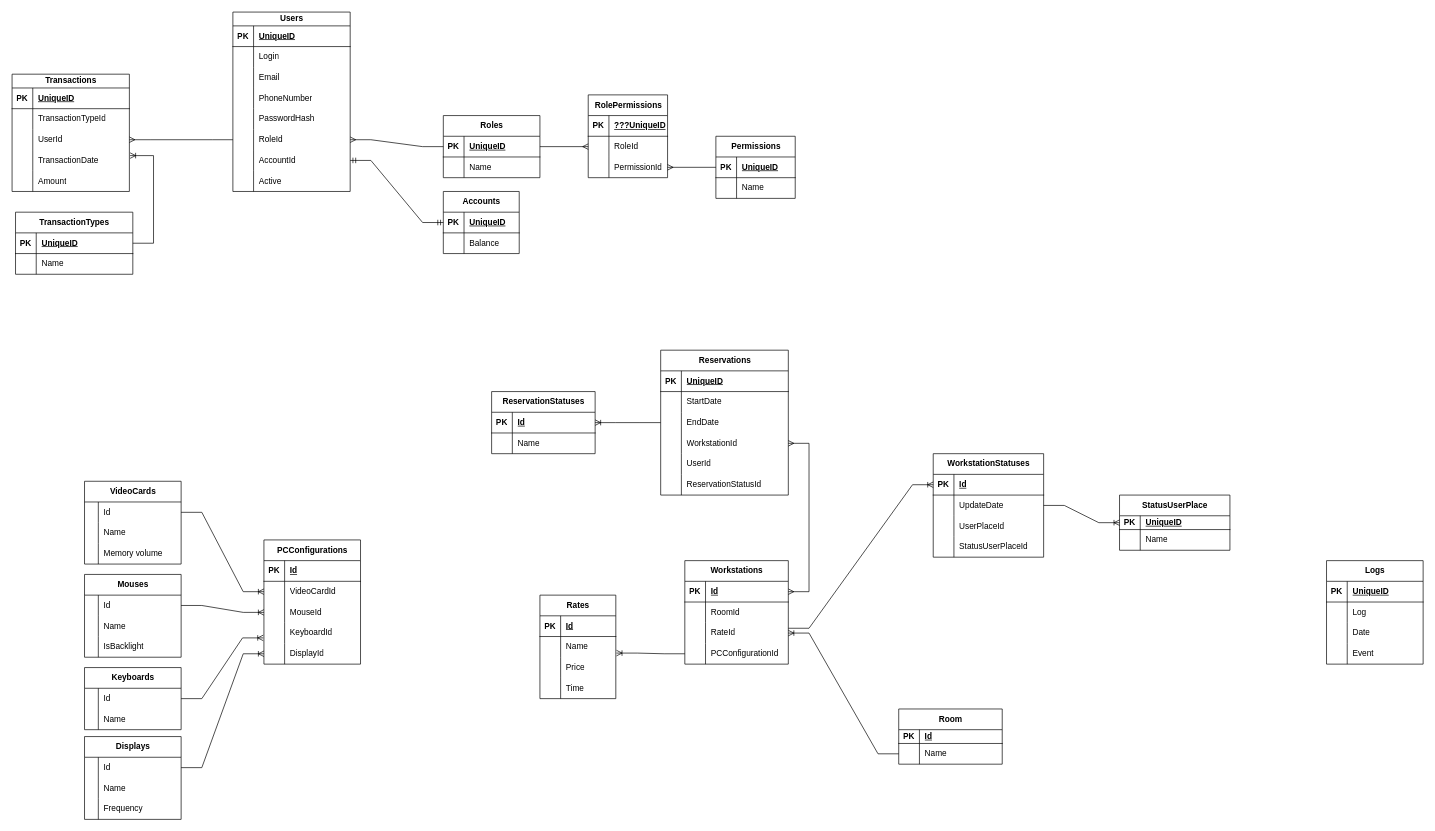
IIeasyII/night-meerkats keeps this draw.io diagram as ER night-meerkats.drawio. Above is the earlier version. Source tidied: cells renumbered, new cells numbered last; positions are measured from the earlier drawing's top-left corner, leaving out a move shared by most shapes. Both pictures are drawn from the tidied source at 69%, with x=0, y=0 at pixel (12, 12).
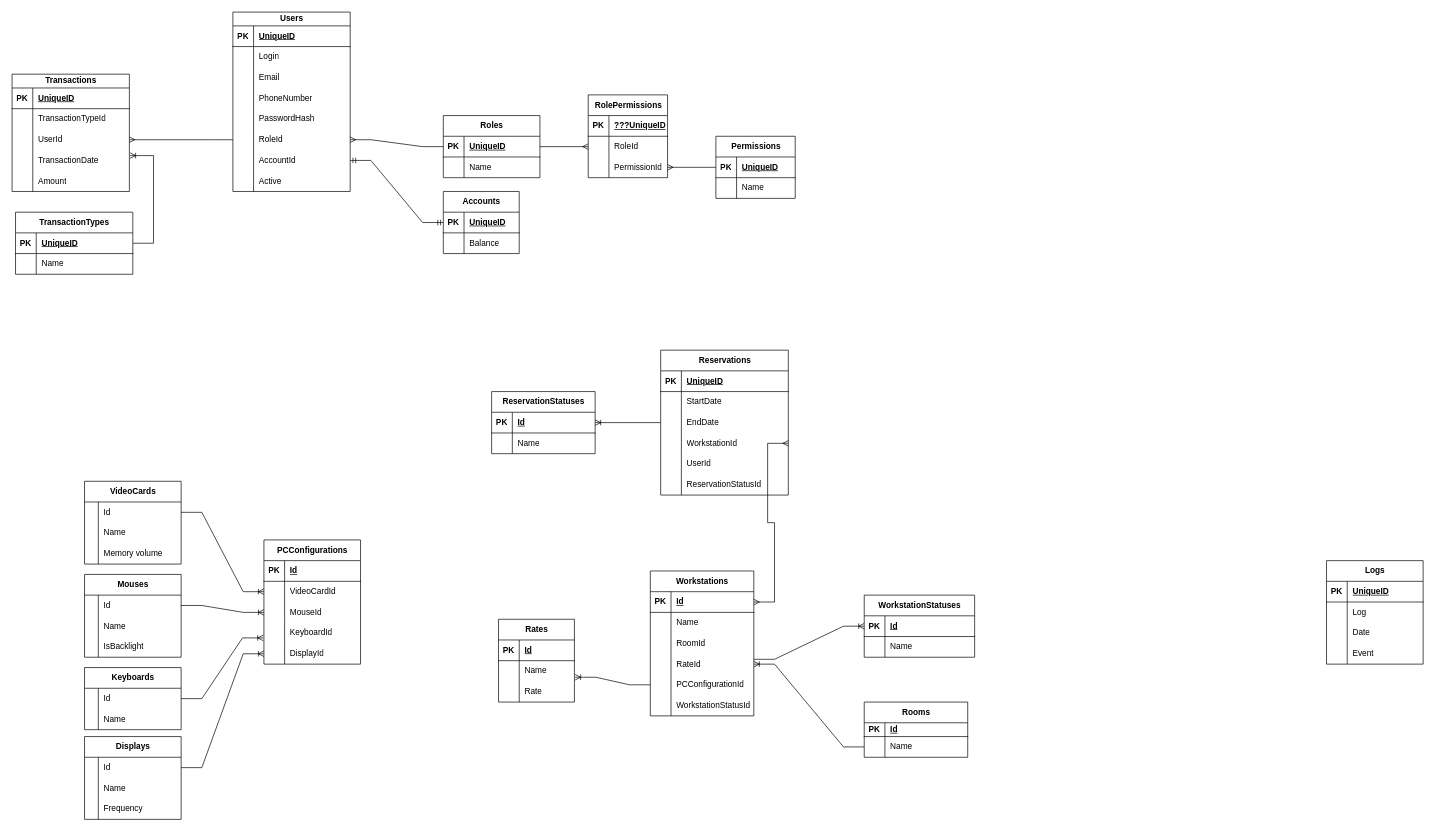
After the change.

Unchanged cells that the change refers to:
```xml
<mxCell id="71" style="shape=tableRow;horizontal=0;startSize=0;swimlaneHead=0;swimlaneBody=0;fillColor=none;top=0;left=0;right=0;bottom=0;" parent="64" vertex="1">
  <mxGeometry y="90" width="110" height="30" as="geometry" />
</mxCell>
<mxCell id="85" style="shape=tableRow;horizontal=0;startSize=0;swimlaneHead=0;swimlaneBody=0;fillColor=none;points=[[0,0.5],[1,0.5]];portConstraint=eastwest;top=0;left=0;right=0;bottom=1;" parent="84" vertex="1">
  <mxGeometry y="30" width="150" height="30" as="geometry" />
</mxCell>
<mxCell id="88" style="shape=tableRow;horizontal=0;startSize=0;swimlaneHead=0;swimlaneBody=0;fillColor=none;top=0;left=0;right=0;bottom=0;" parent="84" vertex="1">
  <mxGeometry y="60" width="150" height="30" as="geometry" />
</mxCell>
<mxCell id="101" style="shape=tableRow;horizontal=0;startSize=0;swimlaneHead=0;swimlaneBody=0;fillColor=none;top=0;left=0;right=0;bottom=0;" parent="97" vertex="1">
  <mxGeometry y="60" width="160" height="30" as="geometry" />
</mxCell>
<mxCell id="140" style="shape=tableRow;horizontal=0;startSize=0;swimlaneHead=0;swimlaneBody=0;fillColor=none;points=[[0,0.5],[1,0.5]];portConstraint=eastwest;top=0;left=0;right=0;bottom=0;" parent="130" vertex="1">
  <mxGeometry y="120" width="185" height="30" as="geometry" />
</mxCell>
```

What changed in the source:
```diff
@@
     <mxCell id="64" value="Rates" style="shape=table;startSize=30;childLayout=tableLayout;rowLines=0;fontStyle=1;align=center;html=1;" parent="1" vertex="1">
-      <mxGeometry x="765" y="845" width="110" height="150" as="geometry" />
+      <mxGeometry x="705" y="880" width="110" height="120" as="geometry" />
     </mxCell>
@@
-    <mxCell id="73" value="Price" style="shape=partialRectangle;fillColor=none;top=0;left=0;bottom=0;right=0;align=left;spacingLeft=6;overflow=hidden;whiteSpace=wrap;html=1;" parent="71" vertex="1">
+    <mxCell id="73" value="Rate" style="shape=partialRectangle;fillColor=none;top=0;left=0;bottom=0;right=0;align=left;spacingLeft=6;overflow=hidden;whiteSpace=wrap;html=1;" parent="71" vertex="1">
       <mxGeometry x="30" width="80" height="30" as="geometry" />
     </mxCell>
-    <mxCell id="74" style="shape=tableRow;horizontal=0;startSize=0;swimlaneHead=0;swimlaneBody=0;fillColor=none;top=0;left=0;right=0;bottom=0;" parent="64" vertex="1">
-      <mxGeometry y="120" width="110" height="30" as="geometry" />
-    </mxCell>
-    <mxCell id="75" style="shape=partialRectangle;fillColor=none;top=0;left=0;bottom=0;right=0;overflow=hidden;whiteSpace=wrap;html=1;" parent="74" vertex="1">
-      <mxGeometry width="30" height="30" as="geometry" />
-    </mxCell>
-    <mxCell id="76" value="Time" style="shape=partialRectangle;fillColor=none;top=0;left=0;bottom=0;right=0;align=left;spacingLeft=6;overflow=hidden;whiteSpace=wrap;html=1;" parent="74" vertex="1">
-      <mxGeometry x="30" width="80" height="30" as="geometry" />
-    </mxCell>
-    <mxCell id="77" value="Room" style="shape=table;startSize=30;childLayout=tableLayout;rowLines=0;fontStyle=1;align=center;html=1;" parent="1" vertex="1">
-      <mxGeometry x="1285" y="1010" width="150" height="80" as="geometry" />
+    <mxCell id="77" value="Rooms" style="shape=table;startSize=30;childLayout=tableLayout;rowLines=0;fontStyle=1;align=center;html=1;" parent="1" vertex="1">
+      <mxGeometry x="1235" y="1000" width="150" height="80" as="geometry" />
     </mxCell>
@@
     <mxCell id="84" value="Workstations" style="shape=table;startSize=30;childLayout=tableLayout;rowLines=0;fontStyle=1;align=center;html=1;" parent="1" vertex="1">
-      <mxGeometry x="975" y="795" width="150" height="150" as="geometry" />
+      <mxGeometry x="925" y="810" width="150" height="210" as="geometry" />
     </mxCell>
@@
-    <mxCell id="90" value="RoomId" style="shape=partialRectangle;fillColor=none;top=0;left=0;bottom=0;right=0;align=left;spacingLeft=6;overflow=hidden;whiteSpace=wrap;html=1;" parent="88" vertex="1">
+    <mxCell id="90" value="&lt;div&gt;Name&lt;/div&gt;" style="shape=partialRectangle;fillColor=none;top=0;left=0;bottom=0;right=0;align=left;spacingLeft=6;overflow=hidden;whiteSpace=wrap;html=1;" parent="88" vertex="1">
       <mxGeometry x="30" width="120" height="30" as="geometry" />
     </mxCell>
+    <mxCell id="242" style="shape=tableRow;horizontal=0;startSize=0;swimlaneHead=0;swimlaneBody=0;fillColor=none;top=0;left=0;right=0;bottom=0;" parent="84" vertex="1">
+      <mxGeometry y="90" width="150" height="30" as="geometry" />
+    </mxCell>
+    <mxCell id="243" style="shape=partialRectangle;fillColor=none;top=0;left=0;bottom=0;right=0;overflow=hidden;whiteSpace=wrap;html=1;" parent="242" vertex="1">
+      <mxGeometry width="30" height="30" as="geometry" />
+    </mxCell>
+    <mxCell id="244" value="RoomId" style="shape=partialRectangle;fillColor=none;top=0;left=0;bottom=0;right=0;align=left;spacingLeft=6;overflow=hidden;whiteSpace=wrap;html=1;" parent="242" vertex="1">
+      <mxGeometry x="30" width="120" height="30" as="geometry" />
+    </mxCell>
     <mxCell id="91" style="shape=tableRow;horizontal=0;startSize=0;swimlaneHead=0;swimlaneBody=0;fillColor=none;points=[[0,0.5],[1,0.5]];portConstraint=eastwest;top=0;left=0;right=0;bottom=0;" parent="84" vertex="1">
-      <mxGeometry y="90" width="150" height="30" as="geometry" />
+      <mxGeometry y="120" width="150" height="30" as="geometry" />
     </mxCell>
@@
     <mxCell id="94" style="shape=tableRow;horizontal=0;startSize=0;swimlaneHead=0;swimlaneBody=0;fillColor=none;points=[[0,0.5],[1,0.5]];portConstraint=eastwest;top=0;left=0;right=0;bottom=0;" parent="84" vertex="1">
-      <mxGeometry y="120" width="150" height="30" as="geometry" />
+      <mxGeometry y="150" width="150" height="30" as="geometry" />
     </mxCell>
@@
+    <mxCell id="245" style="shape=tableRow;horizontal=0;startSize=0;swimlaneHead=0;swimlaneBody=0;fillColor=none;top=0;left=0;right=0;bottom=0;" parent="84" vertex="1">
+      <mxGeometry y="180" width="150" height="30" as="geometry" />
+    </mxCell>
+    <mxCell id="246" style="shape=partialRectangle;fillColor=none;top=0;left=0;bottom=0;right=0;overflow=hidden;whiteSpace=wrap;html=1;" parent="245" vertex="1">
+      <mxGeometry width="30" height="30" as="geometry" />
+    </mxCell>
+    <mxCell id="247" value="WorkstationStatusId" style="shape=partialRectangle;fillColor=none;top=0;left=0;bottom=0;right=0;align=left;spacingLeft=6;overflow=hidden;whiteSpace=wrap;html=1;" parent="245" vertex="1">
+      <mxGeometry x="30" width="120" height="30" as="geometry" />
+    </mxCell>
     <mxCell id="97" value="WorkstationStatuses" style="shape=table;startSize=30;childLayout=tableLayout;rowLines=0;fontStyle=1;align=center;html=1;" parent="1" vertex="1">
-      <mxGeometry x="1335" y="640" width="160" height="150" as="geometry" />
+      <mxGeometry x="1235" y="845" width="160" height="90" as="geometry" />
     </mxCell>
@@
-    <mxCell id="103" value="UpdateDate" style="shape=partialRectangle;fillColor=none;top=0;left=0;bottom=0;right=0;align=left;spacingLeft=6;overflow=hidden;whiteSpace=wrap;html=1;" parent="101" vertex="1">
+    <mxCell id="103" value="Name" style="shape=partialRectangle;fillColor=none;top=0;left=0;bottom=0;right=0;align=left;spacingLeft=6;overflow=hidden;whiteSpace=wrap;html=1;" parent="101" vertex="1">
       <mxGeometry x="30" width="130" height="30" as="geometry" />
     </mxCell>
-    <mxCell id="104" style="shape=tableRow;horizontal=0;startSize=0;swimlaneHead=0;swimlaneBody=0;fillColor=none;top=0;left=0;right=0;bottom=0;" parent="97" vertex="1">
-      <mxGeometry y="90" width="160" height="30" as="geometry" />
-    </mxCell>
-    <mxCell id="105" style="shape=partialRectangle;fillColor=none;top=0;left=0;bottom=0;right=0;overflow=hidden;whiteSpace=wrap;html=1;" parent="104" vertex="1">
-      <mxGeometry width="30" height="30" as="geometry" />
-    </mxCell>
-    <mxCell id="106" value="UserPlaceId" style="shape=partialRectangle;fillColor=none;top=0;left=0;bottom=0;right=0;align=left;spacingLeft=6;overflow=hidden;whiteSpace=wrap;html=1;" parent="104" vertex="1">
-      <mxGeometry x="30" width="130" height="30" as="geometry" />
-    </mxCell>
-    <mxCell id="107" style="shape=tableRow;horizontal=0;startSize=0;swimlaneHead=0;swimlaneBody=0;fillColor=none;top=0;left=0;right=0;bottom=0;" parent="97" vertex="1">
-      <mxGeometry y="120" width="160" height="30" as="geometry" />
-    </mxCell>
-    <mxCell id="108" style="shape=partialRectangle;fillColor=none;top=0;left=0;bottom=0;right=0;overflow=hidden;whiteSpace=wrap;html=1;" parent="107" vertex="1">
-      <mxGeometry width="30" height="30" as="geometry" />
-    </mxCell>
-    <mxCell id="109" value="StatusUserPlaceId" style="shape=partialRectangle;fillColor=none;top=0;left=0;bottom=0;right=0;align=left;spacingLeft=6;overflow=hidden;whiteSpace=wrap;html=1;" parent="107" vertex="1">
-      <mxGeometry x="30" width="130" height="30" as="geometry" />
-    </mxCell>
@@
-    <mxCell id="123" value="StatusUserPlace" style="shape=table;startSize=30;childLayout=tableLayout;rowLines=0;fontStyle=1;align=center;html=1;" parent="1" vertex="1">
-      <mxGeometry x="1605" y="700" width="160" height="80" as="geometry" />
-    </mxCell>
-    <mxCell id="124" style="shape=tableRow;horizontal=0;startSize=0;swimlaneHead=0;swimlaneBody=0;fillColor=none;top=0;left=0;right=0;bottom=1;" parent="123" vertex="1">
-      <mxGeometry y="30" width="160" height="20" as="geometry" />
-    </mxCell>
-    <mxCell id="125" value="PK" style="shape=partialRectangle;fillColor=none;top=0;left=0;bottom=0;right=0;fontStyle=1;overflow=hidden;whiteSpace=wrap;html=1;" parent="124" vertex="1">
-      <mxGeometry width="30" height="20" as="geometry" />
-    </mxCell>
-    <mxCell id="126" value="UniqueID" style="shape=partialRectangle;fillColor=none;top=0;left=0;bottom=0;right=0;align=left;spacingLeft=6;fontStyle=5;overflow=hidden;whiteSpace=wrap;html=1;" parent="124" vertex="1">
-      <mxGeometry x="30" width="130" height="20" as="geometry" />
-    </mxCell>
-    <mxCell id="127" style="shape=tableRow;horizontal=0;startSize=0;swimlaneHead=0;swimlaneBody=0;fillColor=none;top=0;left=0;right=0;bottom=0;" parent="123" vertex="1">
-      <mxGeometry y="50" width="160" height="30" as="geometry" />
-    </mxCell>
-    <mxCell id="128" style="shape=partialRectangle;fillColor=none;top=0;left=0;bottom=0;right=0;overflow=hidden;whiteSpace=wrap;html=1;" parent="127" vertex="1">
-      <mxGeometry width="30" height="30" as="geometry" />
-    </mxCell>
-    <mxCell id="129" value="Name" style="shape=partialRectangle;fillColor=none;top=0;left=0;bottom=0;right=0;align=left;spacingLeft=6;overflow=hidden;whiteSpace=wrap;html=1;" parent="127" vertex="1">
-      <mxGeometry x="30" width="130" height="30" as="geometry" />
-    </mxCell>
@@
-    <mxCell id="168" style="edgeStyle=entityRelationEdgeStyle;fontSize=12;html=1;endArrow=ERoneToMany;rounded=0;" parent="1" edge="1" source="97" target="123">
-      <mxGeometry relative="1" as="geometry" />
-    </mxCell>
@@
     <mxCell id="241" style="edgeStyle=entityRelationEdgeStyle;fontSize=12;html=1;endArrow=ERmany;startArrow=ERmany;rounded=0;exitX=1;exitY=0.5;exitDx=0;exitDy=0;entryX=1;entryY=0.5;entryDx=0;entryDy=0;" parent="1" edge="1" source="85" target="140">
-      <mxGeometry relative="1" as="geometry" />
+      <mxGeometry relative="1" as="geometry">
+        <Array as="points">
+          <mxPoint x="1185" y="800" />
+          <mxPoint x="1185" y="780" />
+        </Array>
+      </mxGeometry>
     </mxCell>
```
